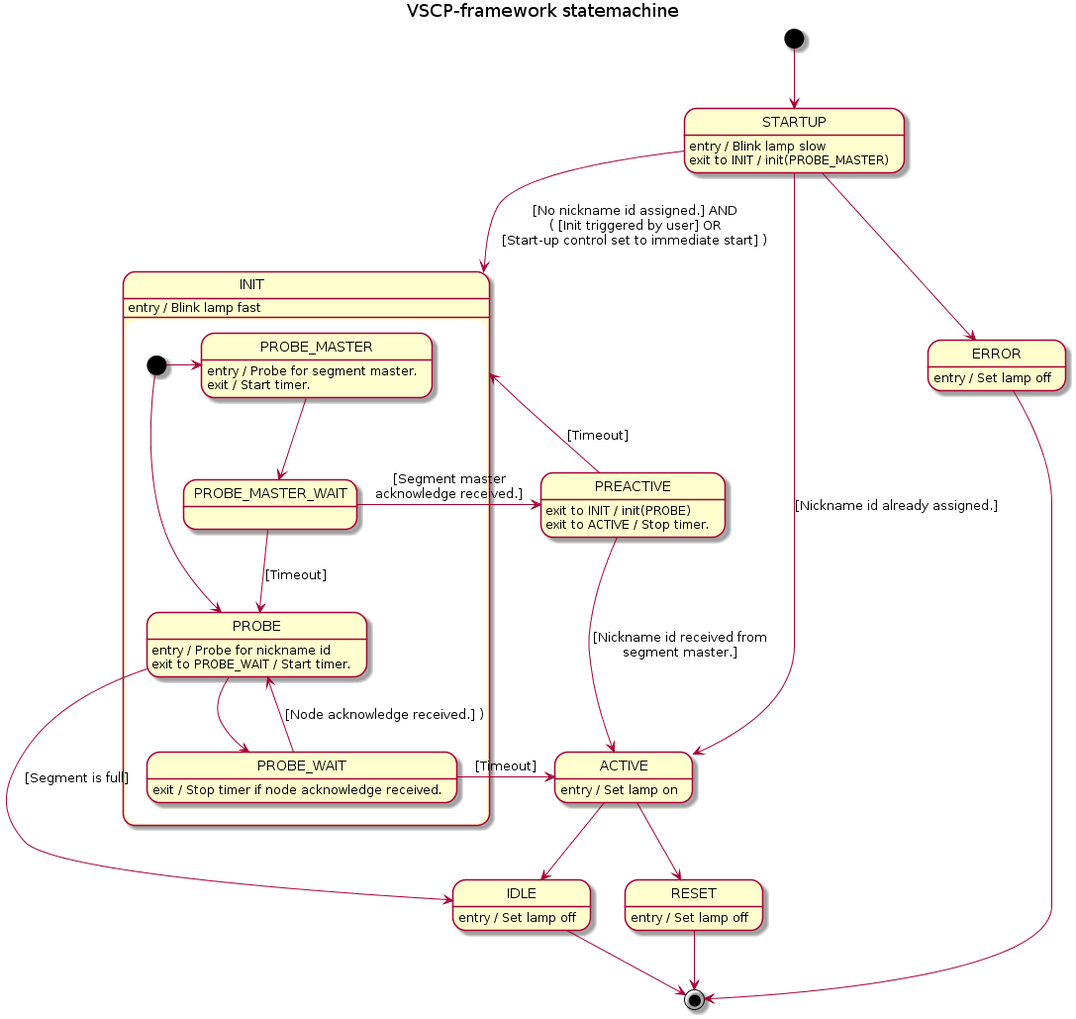
BlueAndi/vscp-framework keeps this PlantUML diagram as vscp/doc/vscp_core_statemachine.png. Above is the earlier version.
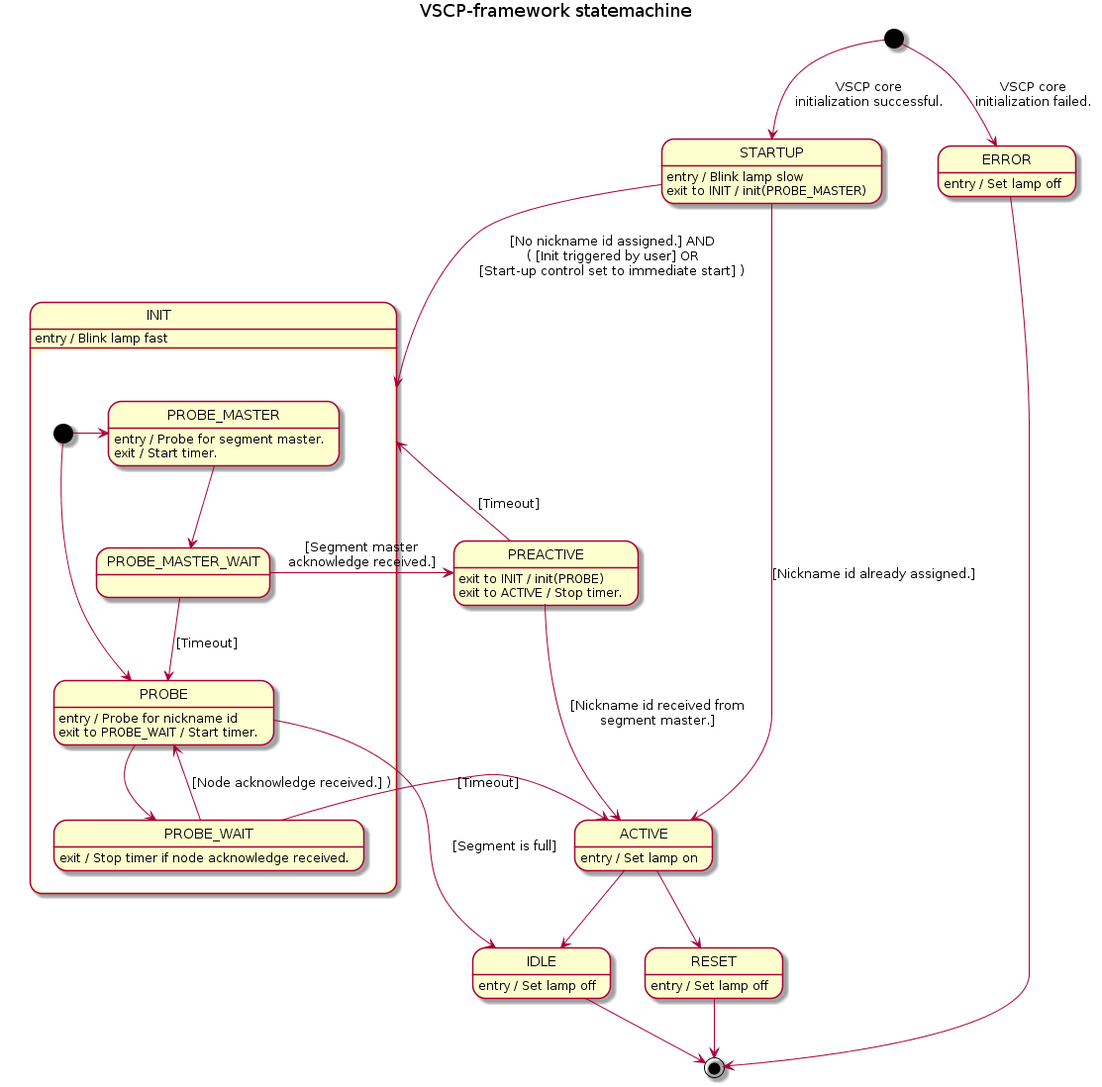
After the commit.

Commit message:
VSCP core state machine state diagram updated.

The edit, as a diff of the source:
```diff
@@ -9,11 +9,11 @@
 state RESET: entry / Set lamp off
 state ERROR: entry / Set lamp off
 
-[*] --> STARTUP
+[*] --> STARTUP: VSCP core\ninitialization successful.
+[*] --> ERROR: VSCP core\ninitialization failed.
 
 STARTUP --> INIT: [No nickname id assigned.] AND\n( [Init triggered by user] OR\n[Start-up control set to immediate start] )
 STARTUP --> ACTIVE: [Nickname id already assigned.]
-STARTUP --> ERROR
 
 state INIT {
 
```
